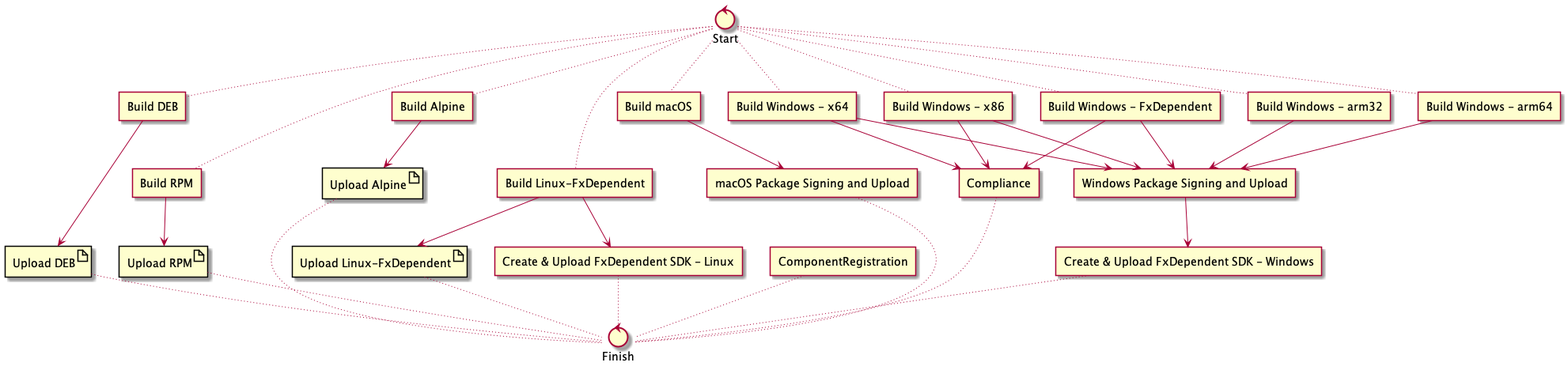
This is tools/releaseBuild/azureDevOps/diagram.png from PowerShell/PowerShell, a PlantUML export, as it was before one commit.
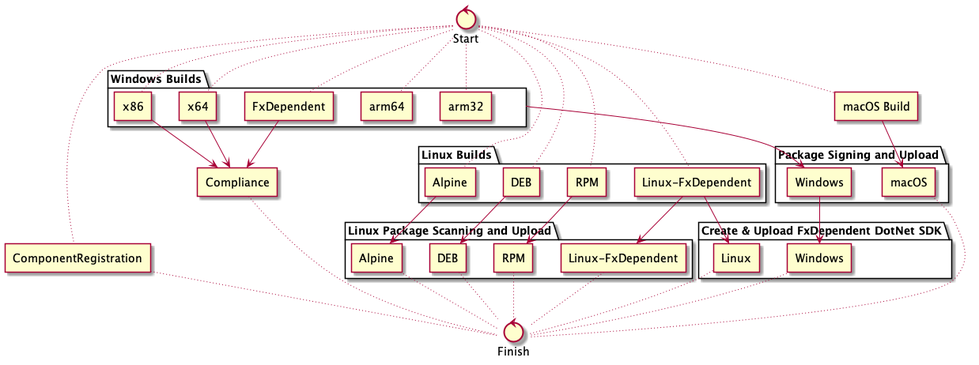
Later version of the same file.

Commit message:
move things into folders to reduce duplicate text

What changed in the source:
```diff
@@ -1,31 +1,45 @@
 @startuml
 
-agent "Build DEB"  as BuildDEB
-agent "Build RPM"  as BuildRPM
-agent "Build Alpine"  as BuildAlpine
-agent "Build Linux-FxDependent"  as BuildLinuxFx
+folder "Linux Builds" {
+    agent "DEB"  as BuildDEB
+    agent "RPM"  as BuildRPM
+    agent "Alpine"  as BuildAlpine
+    agent "Linux-FxDependent"  as BuildLinuxFx
 
-artifact "Upload DEB"  as UploadDEB
-artifact "Upload RPM"  as UploadRPM
-artifact "Upload Alpine"  as UploadAlpine
-artifact "Upload Linux-FxDependent"  as UploadLinuxFx
+}
 
-agent "Build macOS"  as BuildMac
-agent "macOS Package Signing and Upload"  as SignMac
+agent "macOS Build"  as BuildMac
 
-agent "Build Windows - x64"  as BuildWinX64
-agent "Build Windows - x86"  as BuildWinX86
-agent "Build Windows - arm32"  as BuildWinArm32
-agent "Build Windows - arm64"  as BuildWinArm64
-agent "Build Windows - FxDependent"  as BuildWinFx
-agent "Windows Package Signing and Upload"  as SignWin
+folder "Windows Builds" as WinBuilds {
+    agent "x64"  as BuildWinX64
+    agent "x86"  as BuildWinX86
+    agent "arm32"  as BuildWinArm32
+    agent "arm64"  as BuildWinArm64
+    agent "FxDependent"  as BuildWinFx
+}
 
 agent "ComponentRegistration"  as BuildCG
 
+folder "Linux Package Scanning and Upload" {
+    agent "DEB"  as UploadDEB
+    agent "RPM"  as UploadRPM
+    agent "Alpine"  as UploadAlpine
+    agent "Linux-FxDependent"  as UploadLinuxFx
+}
+
+folder "Package Signing and Upload" {
+    agent "macOS"  as SignMac
+
+    agent "Windows"  as SignWin
+}
+
+
 agent "Compliance"  as Compliance
 
-agent "Create & Upload FxDependent SDK - Linux" as BuildLinuxFxSdk
-agent "Create & Upload FxDependent SDK - Windows" as BuildWinFxSdk
+folder "Create & Upload FxDependent DotNet SDK" {
+    agent "Linux" as BuildLinuxFxSdk
+    agent "Windows" as BuildWinFxSdk
+}
 
 control "Finish"  as Finish
 control "Start" as Start
@@ -37,11 +51,7 @@
 
 BuildMac -down-> SignMac
 
-BuildWinX64 -down-> SignWin
-BuildWinX86 -down-> SignWin
-BuildWinArm32 -down-> SignWin
-BuildWinArm64 -down-> SignWin
-BuildWinFx -down-> SignWin
+WinBuilds -down-> SignWin
 
 BuildWinX86 -down-> Compliance
 BuildWinX64 -down-> Compliance
@@ -70,5 +80,6 @@
 Start ~~ BuildWinFx
 Start ~~ BuildWinArm32
 Start ~~ BuildWinArm64
+Start ~~ BuildCG
 
 @enduml
```
